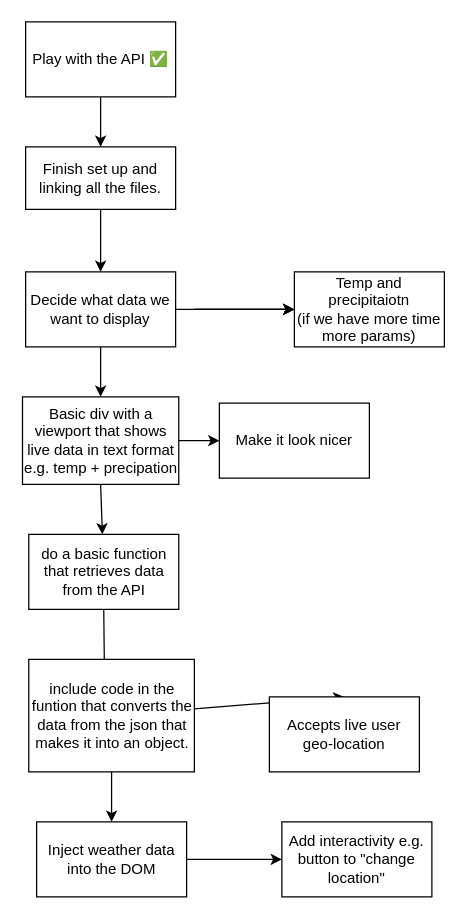
Above: plan.drawio in SchoolOfCode/bc16-w3-d4-hackathon-fetch-team-2 (draw.io), before the change. Source tidied: cells renumbered, new cells numbered last; positions are measured from the earlier drawing's top-left corner, leaving out a move shared by most shapes. Both pictures are drawn from the tidied source at 125%, with x=0, y=0 at pixel (21, 21).
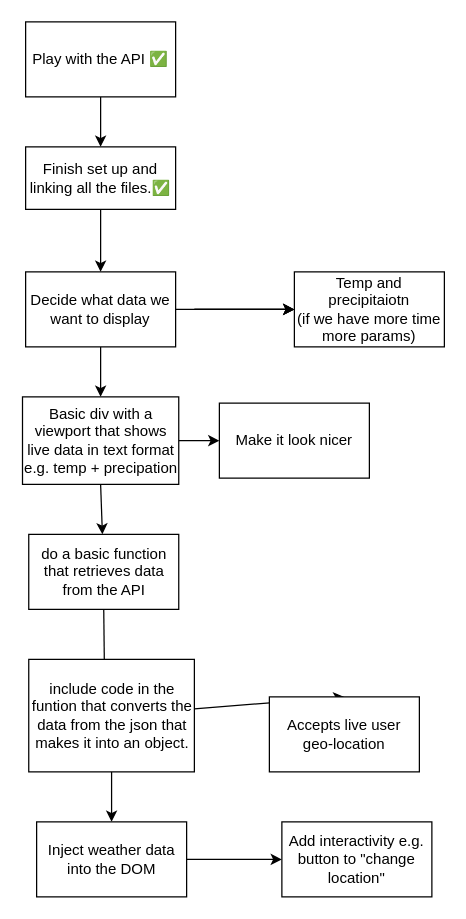
After the change.

Commit message (it also covers changes not shown here):
function to fetch data written

The edit, as a diff of the source:
```diff
@@
-    <mxCell id="9" value="Finish set up and linking all the files." style="whiteSpace=wrap;html=1;" parent="1" vertex="1">
+    <mxCell id="9" value="Finish set up and linking all the files.✅" style="whiteSpace=wrap;html=1;" parent="1" vertex="1">
       <mxGeometry x="3" y="100" width="120" height="50" as="geometry" />
     </mxCell>
```
